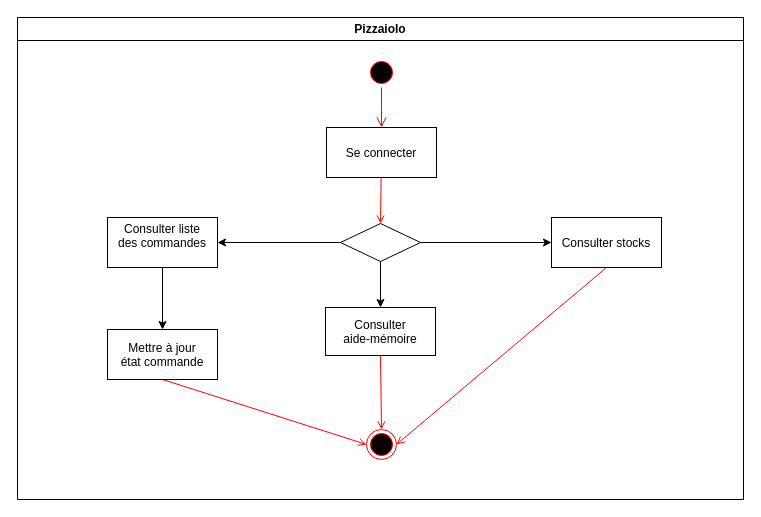
This is Activity visiteur.drawio from othman3492/p4uml, a draw.io file, before an edit. Source tidied: cells renumbered, new cells numbered last; positions are measured from the earlier drawing's top-left corner, leaving out a move shared by most shapes. Both pictures are drawn from the tidied source at 100%, with x=0, y=0 at pixel (17, 17).
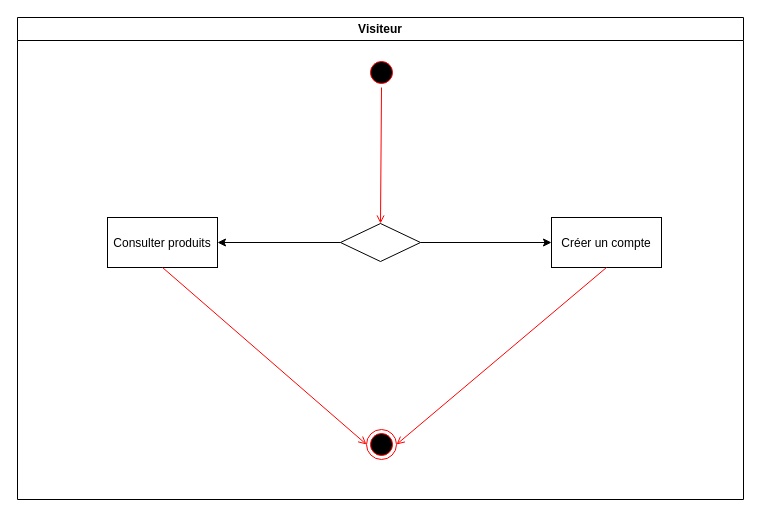
The same page after the edit.

What changed in the source:
```diff
@@
 <mxGraphModel background="#ffffff">
   <root>
     <mxCell id="0" />
     <mxCell id="1" parent="0" />
-    <mxCell id="2" value="Pizzaiolo" style="swimlane;whiteSpace=wrap;startSize=23;" parent="1" vertex="1">
+    <mxCell id="2" value="Visiteur" style="swimlane;whiteSpace=wrap;startSize=23;" parent="1" vertex="1">
       <mxGeometry width="726" height="482" as="geometry" />
     </mxCell>
     <mxCell id="3" style="ellipse;shape=startState;fillColor=#000000;strokeColor=#ff0000;" parent="2" vertex="1">
       <mxGeometry x="349" y="40" width="30" height="30" as="geometry" />
     </mxCell>
-    <mxCell id="4" style="edgeStyle=elbowEdgeStyle;elbow=horizontal;verticalAlign=bottom;endArrow=open;endSize=8;strokeColor=#FF0000;endFill=1;rounded=0;" parent="2" edge="1" source="3" target="5">
-      <mxGeometry x="349" y="40" as="geometry" />
-    </mxCell>
-    <mxCell id="5" value="Se connecter" parent="2" vertex="1">
-      <mxGeometry x="309" y="110" width="110" height="50" as="geometry" />
-    </mxCell>
-    <mxCell id="6" style="endArrow=open;strokeColor=#FF0000;endFill=1;rounded=0;entryX=0.5;entryY=0;entryDx=0;entryDy=0;" parent="2" edge="1" source="5" target="8">
+    <mxCell id="6" style="endArrow=open;strokeColor=#FF0000;endFill=1;rounded=0;entryX=0.5;entryY=0;entryDx=0;entryDy=0;exitX=0.5;exitY=1;exitDx=0;exitDy=0;" parent="2" edge="1" source="3" target="8">
       <mxGeometry relative="1" as="geometry" />
     </mxCell>
-    <mxCell id="7" value="Consulter liste&#10;des commandes&#10;" parent="2" vertex="1">
+    <mxCell id="7" value="Consulter produits" parent="2" vertex="1">
       <mxGeometry x="90" y="200" width="110" height="50" as="geometry" />
     </mxCell>
     <mxCell id="8" style="rhombus;whiteSpace=wrap;html=1;" parent="2" vertex="1">
       <mxGeometry x="323" y="206" width="80" height="38" as="geometry" />
     </mxCell>
-    <mxCell id="9" value="Consulter &#10;aide-mémoire" parent="2" vertex="1">
-      <mxGeometry x="308" y="290" width="110" height="48" as="geometry" />
-    </mxCell>
     <mxCell id="10" style="ellipse;html=1;shape=endState;fillColor=#000000;strokeColor=#ff0000;" parent="2" vertex="1">
       <mxGeometry x="349" y="412" width="30" height="30" as="geometry" />
     </mxCell>
     <mxCell id="11" style="endArrow=classic;html=1;exitX=0;exitY=0.5;exitDx=0;exitDy=0;entryX=1;entryY=0.5;entryDx=0;entryDy=0;" parent="2" edge="1" source="8" target="7">
       <mxGeometry relative="1" as="geometry" />
     </mxCell>
-    <mxCell id="12" style="endArrow=open;strokeColor=#FF0000;endFill=1;rounded=0;exitX=0.5;exitY=1;exitDx=0;exitDy=0;entryX=0;entryY=0.5;entryDx=0;entryDy=0;" parent="2" edge="1" source="14" target="10">
+    <mxCell id="12" style="endArrow=open;strokeColor=#FF0000;endFill=1;rounded=0;exitX=0.5;exitY=1;exitDx=0;exitDy=0;entryX=0;entryY=0.5;entryDx=0;entryDy=0;" parent="2" edge="1" source="7" target="10">
       <mxGeometry relative="1" as="geometry" />
     </mxCell>
-    <mxCell id="13" style="endArrow=open;strokeColor=#FF0000;endFill=1;rounded=0;exitX=0.5;exitY=1;exitDx=0;exitDy=0;entryX=0.5;entryY=0;entryDx=0;entryDy=0;" parent="2" edge="1" source="9" target="10">
-      <mxGeometry relative="1" as="geometry" />
-    </mxCell>
-    <mxCell id="14" value="Mettre à jour &#10;état commande" parent="2" vertex="1">
-      <mxGeometry x="90" y="312" width="110" height="50" as="geometry" />
-    </mxCell>
-    <mxCell id="15" style="endArrow=classic;html=1;exitX=0.5;exitY=1;exitDx=0;exitDy=0;entryX=0.5;entryY=0;entryDx=0;entryDy=0;" parent="2" edge="1" source="7" target="14">
-      <mxGeometry relative="1" as="geometry" />
-    </mxCell>
-    <mxCell id="16" style="endArrow=classic;html=1;entryX=0.5;entryY=0;entryDx=0;entryDy=0;exitX=0.5;exitY=1;exitDx=0;exitDy=0;" parent="2" edge="1" source="8" target="9">
-      <mxGeometry relative="1" as="geometry" />
-    </mxCell>
-    <mxCell id="17" value="Consulter stocks" parent="1" vertex="1">
+    <mxCell id="17" value="Créer un compte" parent="1" vertex="1">
       <mxGeometry x="534" y="200" width="110" height="50" as="geometry" />
     </mxCell>
     <mxCell id="18" style="endArrow=classic;html=1;entryX=0;entryY=0.5;entryDx=0;entryDy=0;exitX=1;exitY=0.5;exitDx=0;exitDy=0;" parent="1" edge="1" source="8" target="17">
       <mxGeometry relative="1" as="geometry" />
     </mxCell>
     <mxCell id="19" style="endArrow=open;strokeColor=#FF0000;endFill=1;rounded=0;exitX=0.5;exitY=1;exitDx=0;exitDy=0;entryX=1;entryY=0.5;entryDx=0;entryDy=0;" parent="1" edge="1" source="17" target="10">
       <mxGeometry relative="1" as="geometry" />
     </mxCell>
   </root>
 </mxGraphModel>
```
